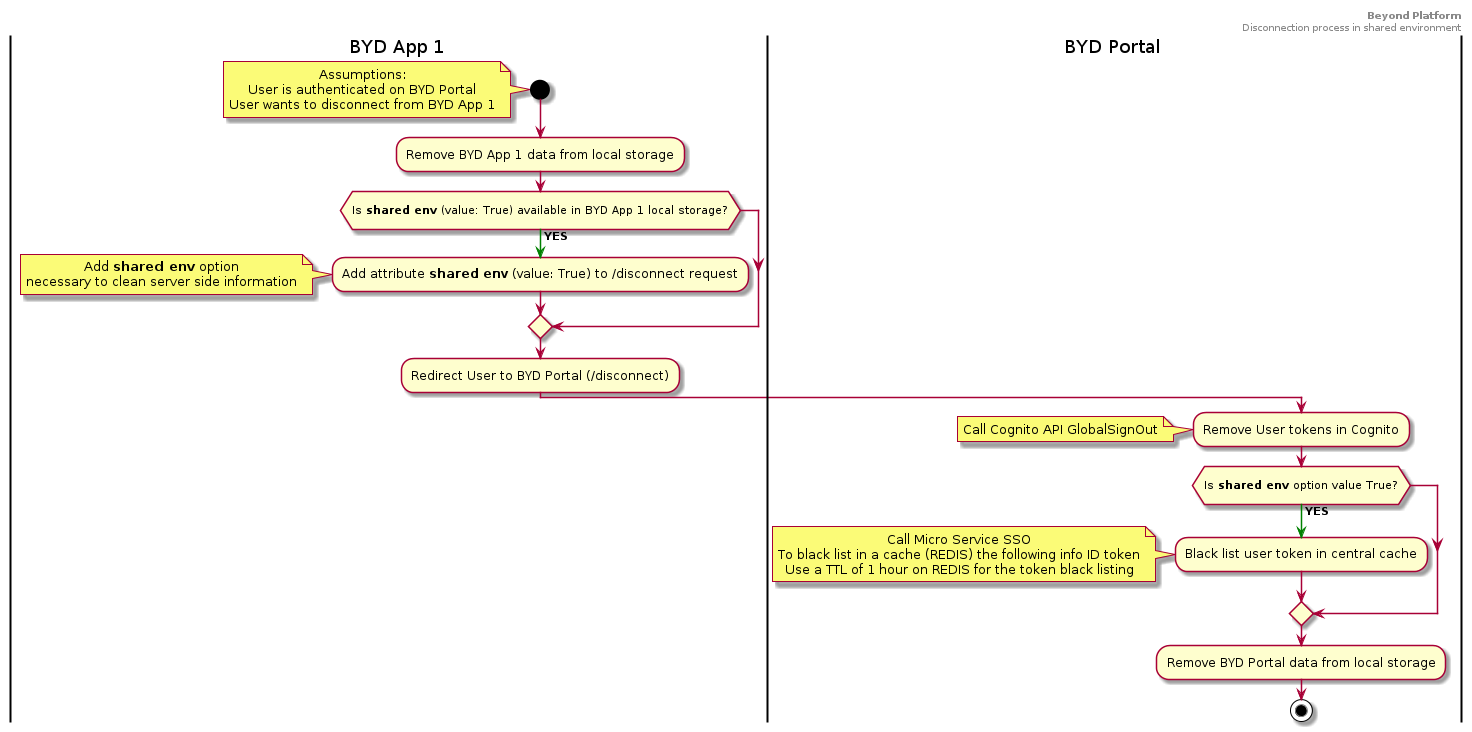
The PlantUML diagram 02.byd-Platform/2.SpecificationDossier/images/diagrams/activity-auth-shared-env-portal-disconnect.png in cogirep/documentation, before a commit.
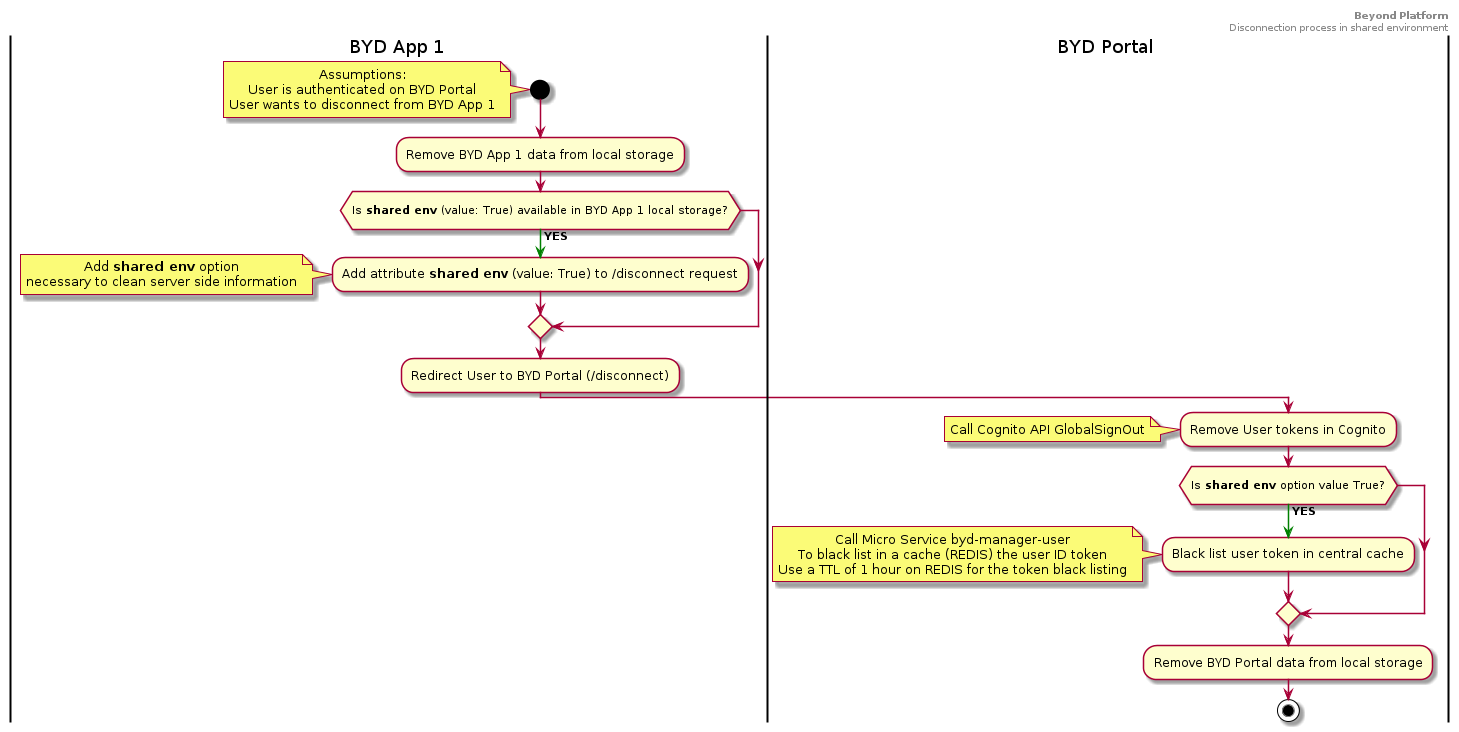
Later version of the same file.

Commit message:
shared env authentication corrections

The edit, as a diff of the source:
```diff
@@ -1,4 +1,4 @@
-@startuml
+@startuml activity-auth-shared-env-portal-disconnect
 header
 <b>Beyond Platform</b>
 Disconnection process in shared environment
@@ -30,8 +30,8 @@
   -[#green]-> **YES**;
   :Black list user token in central cache;
   note left
-    Call Micro Service SSO
-    To black list in a cache (REDIS) the following info ID token
+    Call Micro Service byd-manager-user
+    To black list in a cache (REDIS) the user ID token
     Use a TTL of 1 hour on REDIS for the token black listing
   end note
 endif
```
